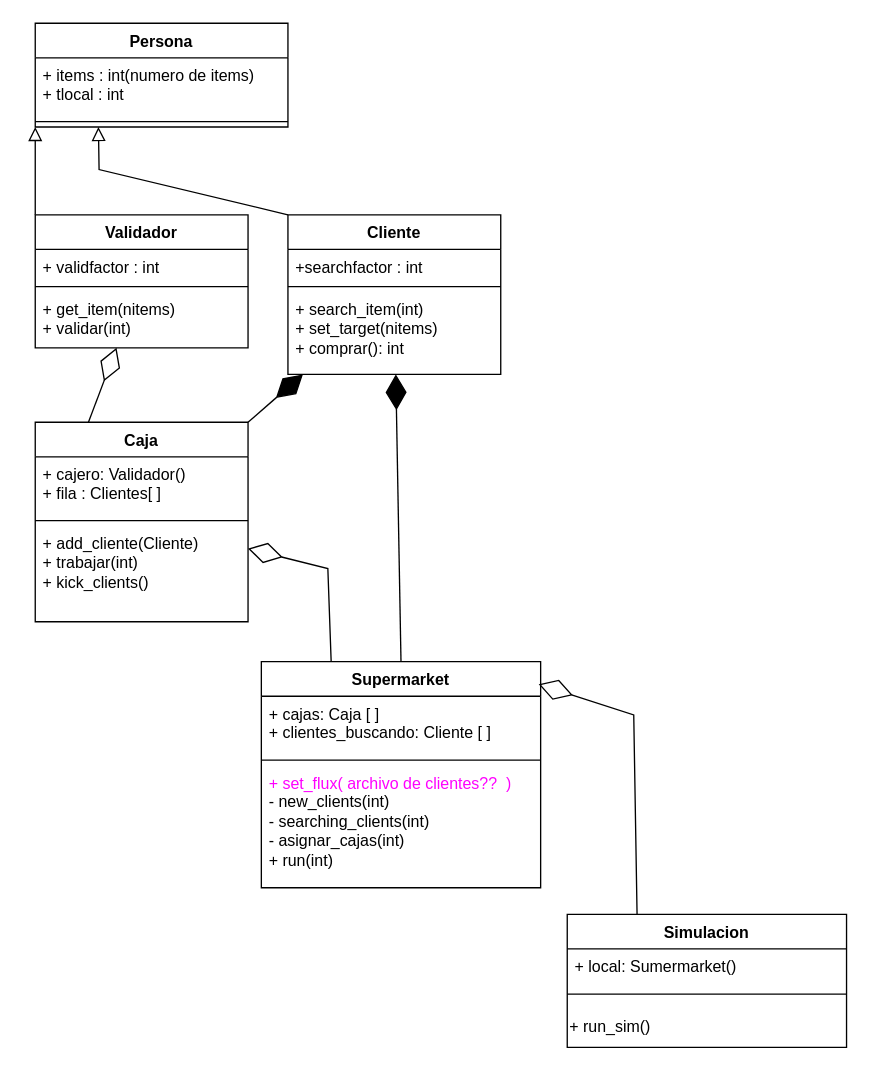
Earlier version of the draw.io diagram python/ejemplos/market.drawio (patito-mary/a-inf2023). Source tidied: cells renumbered, new cells numbered last; positions are measured from the earlier drawing's top-left corner, leaving out a move shared by most shapes. Both pictures are drawn from the tidied source at 133%, with x=0, y=0 at pixel (35, 23).
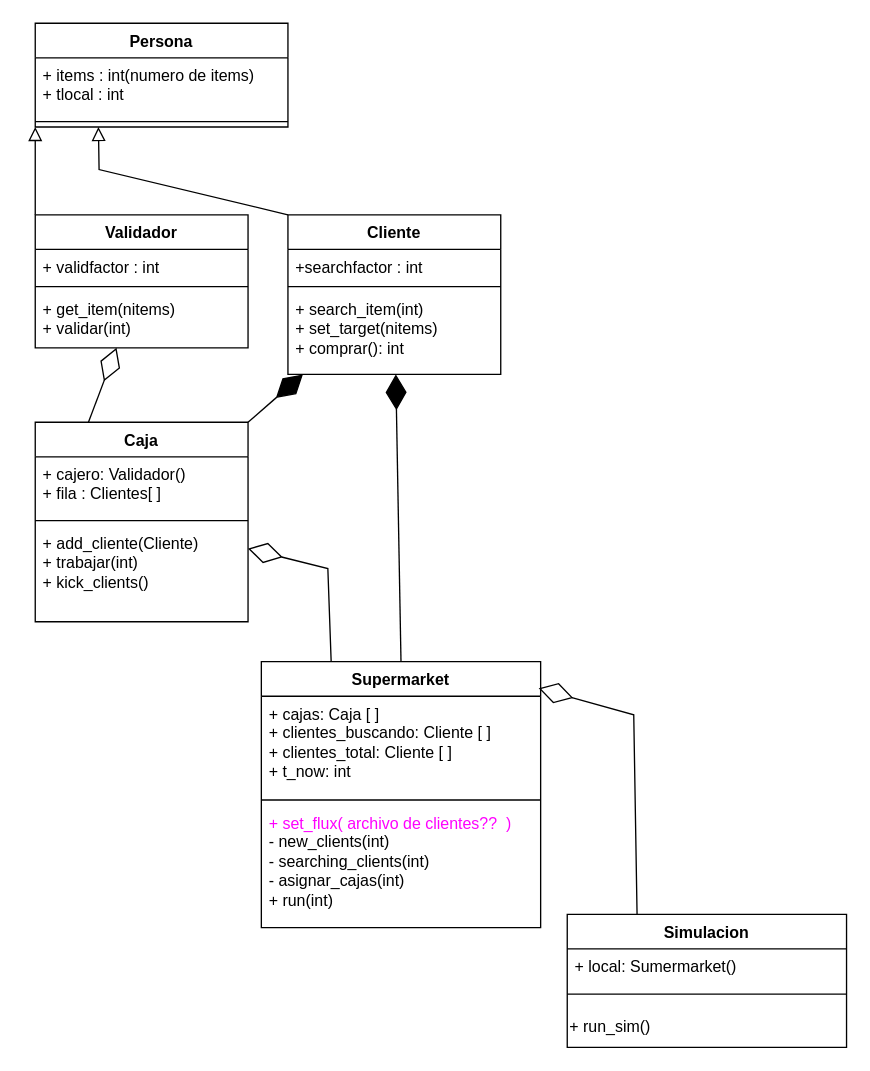
Above is the later version.

Diff of the diagram source:
```diff
@@
     <mxCell id="23" value="Supermarket" style="swimlane;fontStyle=1;align=center;verticalAlign=top;horizontal=1;startSize=26;whiteSpace=wrap;html=1;" parent="1" vertex="1">
-      <mxGeometry x="170" y="480" width="210" height="170" as="geometry" />
+      <mxGeometry x="170" y="480" width="210" height="200" as="geometry" />
     </mxCell>
-    <mxCell id="24" value="+ cajas: Caja [ ]&lt;br&gt;+ clientes_buscando: Cliente [ ]" style="text;strokeColor=none;fillColor=none;align=left;verticalAlign=top;spacingLeft=4;spacingRight=4;overflow=hidden;whiteSpace=wrap;html=1;" parent="23" vertex="1">
-      <mxGeometry y="26" width="210" height="44" as="geometry" />
+    <mxCell id="24" value="+ cajas: Caja [ ]&lt;br&gt;+ clientes_buscando: Cliente [ ]&lt;br&gt;+ clientes_total: Cliente [ ]&lt;br&gt;+ t_now: int" style="text;strokeColor=none;fillColor=none;align=left;verticalAlign=top;spacingLeft=4;spacingRight=4;overflow=hidden;whiteSpace=wrap;html=1;" parent="23" vertex="1">
+      <mxGeometry y="26" width="210" height="74" as="geometry" />
     </mxCell>
     <mxCell id="25" style="line;strokeWidth=1;fillColor=none;align=left;verticalAlign=middle;spacingTop=-1;spacingLeft=3;spacingRight=3;labelPosition=right;strokeColor=inherit;" parent="23" vertex="1">
-      <mxGeometry y="70" width="210" height="8" as="geometry" />
+      <mxGeometry y="100" width="210" height="8" as="geometry" />
     </mxCell>
     <mxCell id="26" value="&lt;font color=&quot;#ff00ff&quot;&gt;+ set_flux( archivo de clientes??&amp;nbsp; )&lt;br&gt;&lt;/font&gt;- new_clients(int)&lt;br&gt;- searching_clients(int)&lt;br&gt;- asignar_cajas(int)&lt;br&gt;+ run(int)" style="text;strokeColor=none;fillColor=none;align=left;verticalAlign=top;spacingLeft=4;spacingRight=4;overflow=hidden;whiteSpace=wrap;html=1;" parent="23" vertex="1">
-      <mxGeometry y="78" width="210" height="92" as="geometry" />
+      <mxGeometry y="108" width="210" height="92" as="geometry" />
     </mxCell>
```
